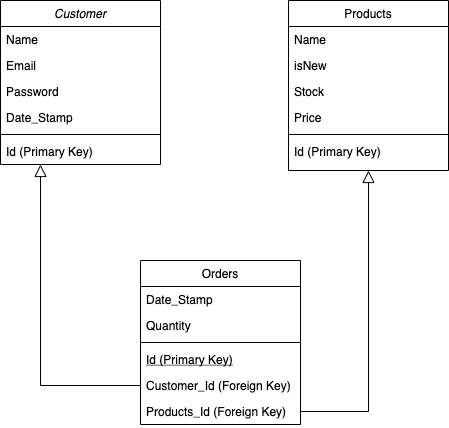
This is GameStore Diagram.png from Speegy/SQL, a draw.io export, as it was before one commit. Source tidied: cells renumbered, new cells last; positions are measured from the earlier drawing's top-left corner, leaving out a move shared by most shapes. The source it was exported from:
```xml
<mxGraphModel>
  <root>
    <mxCell id="0" />
    <mxCell id="1" parent="0" />
    <mxCell id="2" value="Customer" style="swimlane;fontStyle=2;align=center;verticalAlign=top;horizontal=1;startSize=26;rounded=0;shadow=0;strokeWidth=1;" parent="1" vertex="1">
      <mxGeometry width="160" height="164" as="geometry" />
    </mxCell>
    <mxCell id="3" value="Name" style="text;align=left;verticalAlign=top;spacingLeft=4;spacingRight=4;overflow=hidden;" parent="2" vertex="1">
      <mxGeometry y="26" width="160" height="26" as="geometry" />
    </mxCell>
    <mxCell id="4" value="Email" style="text;align=left;verticalAlign=top;spacingLeft=4;spacingRight=4;overflow=hidden;rounded=0;shadow=0;html=0;" parent="2" vertex="1">
      <mxGeometry y="52" width="160" height="26" as="geometry" />
    </mxCell>
    <mxCell id="5" value="Password" style="text;align=left;verticalAlign=top;spacingLeft=4;spacingRight=4;overflow=hidden;rounded=0;shadow=0;html=0;" parent="2" vertex="1">
      <mxGeometry y="78" width="160" height="26" as="geometry" />
    </mxCell>
    <mxCell id="6" value="Date_Stamp" style="text;align=left;verticalAlign=top;spacingLeft=4;spacingRight=4;overflow=hidden;rounded=0;shadow=0;html=0;" parent="2" vertex="1">
      <mxGeometry y="104" width="160" height="26" as="geometry" />
    </mxCell>
    <mxCell id="7" style="line;html=1;strokeWidth=1;align=left;verticalAlign=middle;spacingTop=-1;spacingLeft=3;spacingRight=3;labelPosition=right;" parent="2" vertex="1">
      <mxGeometry y="130" width="160" height="8" as="geometry" />
    </mxCell>
    <mxCell id="8" value="Id (Primary Key)" style="text;align=left;verticalAlign=top;spacingLeft=4;spacingRight=4;overflow=hidden;points=[[0,0.5],[1,0.5]];portConstraint=eastwest;" parent="2" vertex="1">
      <mxGeometry y="138" width="160" height="26" as="geometry" />
    </mxCell>
    <mxCell id="9" value="Orders" style="swimlane;fontStyle=0;align=center;verticalAlign=top;horizontal=1;startSize=26;rounded=0;shadow=0;strokeWidth=1;" parent="1" vertex="1">
      <mxGeometry x="140" y="260" width="160" height="164" as="geometry" />
    </mxCell>
    <mxCell id="10" value="Date_Stamp" style="text;align=left;verticalAlign=top;spacingLeft=4;spacingRight=4;overflow=hidden;" parent="9" vertex="1">
      <mxGeometry y="26" width="160" height="26" as="geometry" />
    </mxCell>
    <mxCell id="11" value="Quantity" style="text;align=left;verticalAlign=top;spacingLeft=4;spacingRight=4;overflow=hidden;rounded=0;shadow=0;html=0;" parent="9" vertex="1">
      <mxGeometry y="52" width="160" height="26" as="geometry" />
    </mxCell>
    <mxCell id="12" style="line;html=1;strokeWidth=1;align=left;verticalAlign=middle;spacingTop=-1;spacingLeft=3;spacingRight=3;labelPosition=right;" parent="9" vertex="1">
      <mxGeometry y="78" width="160" height="8" as="geometry" />
    </mxCell>
    <mxCell id="13" value="Id (Primary Key)" style="text;align=left;verticalAlign=top;spacingLeft=4;spacingRight=4;overflow=hidden;fontStyle=4;" parent="9" vertex="1">
      <mxGeometry y="86" width="160" height="26" as="geometry" />
    </mxCell>
    <mxCell id="14" value="Customer_Id (Foreign Key)" style="text;align=left;verticalAlign=top;spacingLeft=4;spacingRight=4;overflow=hidden;points=[[0,0.5],[1,0.5]];portConstraint=eastwest;" parent="9" vertex="1">
      <mxGeometry y="112" width="160" height="26" as="geometry" />
    </mxCell>
    <mxCell id="15" value="Products_Id (Foreign Key)" style="text;align=left;verticalAlign=top;spacingLeft=4;spacingRight=4;overflow=hidden;points=[[0,0.5],[1,0.5]];portConstraint=eastwest;" parent="9" vertex="1">
      <mxGeometry y="138" width="160" height="26" as="geometry" />
    </mxCell>
    <mxCell id="16" style="endArrow=block;endSize=10;endFill=0;shadow=0;strokeWidth=1;rounded=0;edgeStyle=elbowEdgeStyle;elbow=vertical;exitX=0;exitY=0.5;exitDx=0;exitDy=0;" parent="1" edge="1" source="14" target="2">
      <mxGeometry relative="1" as="geometry">
        <Array as="points">
          <mxPoint x="40" y="385" />
        </Array>
      </mxGeometry>
    </mxCell>
    <mxCell id="17" value="Products" style="swimlane;fontStyle=0;align=center;verticalAlign=top;horizontal=1;startSize=26;rounded=0;shadow=0;strokeWidth=1;" parent="1" vertex="1">
      <mxGeometry x="288" width="160" height="170" as="geometry" />
    </mxCell>
    <mxCell id="18" value="Name" style="text;align=left;verticalAlign=top;spacingLeft=4;spacingRight=4;overflow=hidden;" parent="17" vertex="1">
      <mxGeometry y="26" width="160" height="26" as="geometry" />
    </mxCell>
    <mxCell id="19" value="isNew" style="text;align=left;verticalAlign=top;spacingLeft=4;spacingRight=4;overflow=hidden;rounded=0;shadow=0;html=0;" parent="17" vertex="1">
      <mxGeometry y="52" width="160" height="26" as="geometry" />
    </mxCell>
    <mxCell id="20" value="Stock" style="text;align=left;verticalAlign=top;spacingLeft=4;spacingRight=4;overflow=hidden;rounded=0;shadow=0;html=0;" parent="17" vertex="1">
      <mxGeometry y="78" width="160" height="26" as="geometry" />
    </mxCell>
    <mxCell id="21" value="Price" style="text;align=left;verticalAlign=top;spacingLeft=4;spacingRight=4;overflow=hidden;rounded=0;shadow=0;html=0;" parent="17" vertex="1">
      <mxGeometry y="104" width="160" height="26" as="geometry" />
    </mxCell>
    <mxCell id="22" style="line;html=1;strokeWidth=1;align=left;verticalAlign=middle;spacingTop=-1;spacingLeft=3;spacingRight=3;labelPosition=right;" parent="17" vertex="1">
      <mxGeometry y="130" width="160" height="8" as="geometry" />
    </mxCell>
    <mxCell id="23" value="Id (Primary Key)" style="text;align=left;verticalAlign=top;spacingLeft=4;spacingRight=4;overflow=hidden;points=[[0,0.5],[1,0.5]];portConstraint=eastwest;" parent="17" vertex="1">
      <mxGeometry y="138" width="160" height="26" as="geometry" />
    </mxCell>
    <mxCell id="24" style="endArrow=block;endSize=10;endFill=0;shadow=0;strokeWidth=1;rounded=0;edgeStyle=elbowEdgeStyle;elbow=vertical;entryX=0.5;entryY=1;entryDx=0;entryDy=0;exitX=1;exitY=0.5;exitDx=0;exitDy=0;" parent="1" edge="1" source="15" target="17">
      <mxGeometry relative="1" as="geometry">
        <Array as="points">
          <mxPoint x="368" y="411" />
        </Array>
      </mxGeometry>
    </mxCell>
  </root>
</mxGraphModel>
```
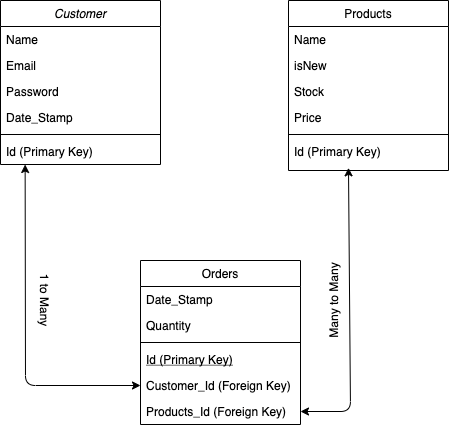
After the change.

The edit, as a diff of the source:
```diff
@@ -44,13 +44,6 @@
     <mxCell id="15" value="Products_Id (Foreign Key)" style="text;align=left;verticalAlign=top;spacingLeft=4;spacingRight=4;overflow=hidden;points=[[0,0.5],[1,0.5]];portConstraint=eastwest;" parent="9" vertex="1">
       <mxGeometry y="138" width="160" height="26" as="geometry" />
     </mxCell>
-    <mxCell id="16" style="endArrow=block;endSize=10;endFill=0;shadow=0;strokeWidth=1;rounded=0;edgeStyle=elbowEdgeStyle;elbow=vertical;exitX=0;exitY=0.5;exitDx=0;exitDy=0;" parent="1" edge="1" source="14" target="2">
-      <mxGeometry relative="1" as="geometry">
-        <Array as="points">
-          <mxPoint x="40" y="385" />
-        </Array>
-      </mxGeometry>
-    </mxCell>
     <mxCell id="17" value="Products" style="swimlane;fontStyle=0;align=center;verticalAlign=top;horizontal=1;startSize=26;rounded=0;shadow=0;strokeWidth=1;" parent="1" vertex="1">
       <mxGeometry x="288" width="160" height="170" as="geometry" />
     </mxCell>
@@ -72,12 +65,25 @@
     <mxCell id="23" value="Id (Primary Key)" style="text;align=left;verticalAlign=top;spacingLeft=4;spacingRight=4;overflow=hidden;points=[[0,0.5],[1,0.5]];portConstraint=eastwest;" parent="17" vertex="1">
       <mxGeometry y="138" width="160" height="26" as="geometry" />
     </mxCell>
-    <mxCell id="24" style="endArrow=block;endSize=10;endFill=0;shadow=0;strokeWidth=1;rounded=0;edgeStyle=elbowEdgeStyle;elbow=vertical;entryX=0.5;entryY=1;entryDx=0;entryDy=0;exitX=1;exitY=0.5;exitDx=0;exitDy=0;" parent="1" edge="1" source="15" target="17">
-      <mxGeometry relative="1" as="geometry">
-        <Array as="points">
-          <mxPoint x="368" y="411" />
-        </Array>
-      </mxGeometry>
-    </mxCell>
+    <mxCell id="25" style="endArrow=classic;startArrow=classic;html=1;exitX=1;exitY=0.5;exitDx=0;exitDy=0;entryX=0.375;entryY=1.128;entryDx=0;entryDy=0;entryPerimeter=0;" parent="1" edge="1" source="15" target="23">
+      <mxGeometry relative="1" as="geometry">
+        <Array as="points">
+          <mxPoint x="350" y="411" />
+        </Array>
+      </mxGeometry>
+    </mxCell>
+    <mxCell id="26" style="endArrow=classic;startArrow=classic;html=1;exitX=0;exitY=0.5;exitDx=0;exitDy=0;entryX=0.154;entryY=1;entryDx=0;entryDy=0;entryPerimeter=0;" parent="1" edge="1" source="14" target="8">
+      <mxGeometry relative="1" as="geometry">
+        <Array as="points">
+          <mxPoint x="25" y="385" />
+        </Array>
+      </mxGeometry>
+    </mxCell>
+    <mxCell id="27" value="Many to Many" style="text;html=1;strokeColor=none;fillColor=none;align=center;verticalAlign=middle;whiteSpace=wrap;rounded=0;rotation=-90;" parent="1" vertex="1">
+      <mxGeometry x="288" y="290" width="90" height="20" as="geometry" />
+    </mxCell>
+    <mxCell id="28" value="1 to Many" style="text;html=1;strokeColor=none;fillColor=none;align=center;verticalAlign=middle;whiteSpace=wrap;rounded=0;rotation=90;" parent="1" vertex="1">
+      <mxGeometry x="10" y="290" width="70" height="20" as="geometry" />
+    </mxCell>
   </root>
 </mxGraphModel>
```
